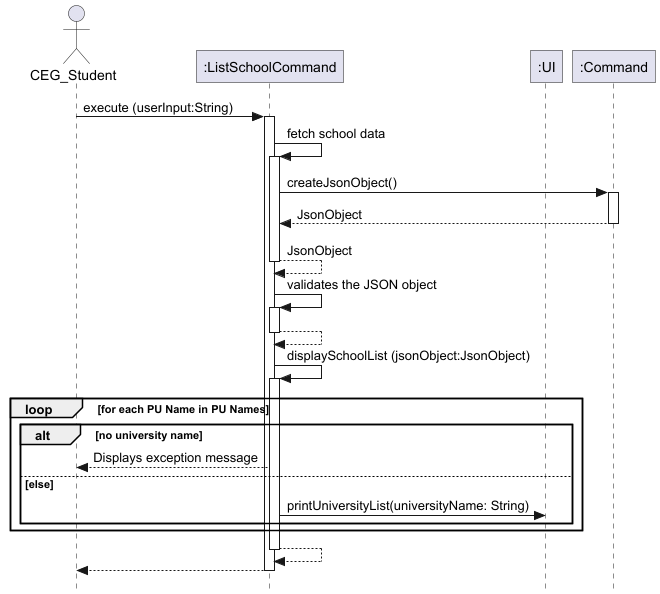
Above: docs/images/ListSchoolsCommand.png in nus-cs2113-AY2425S1/tp (PlantUML), before the change.
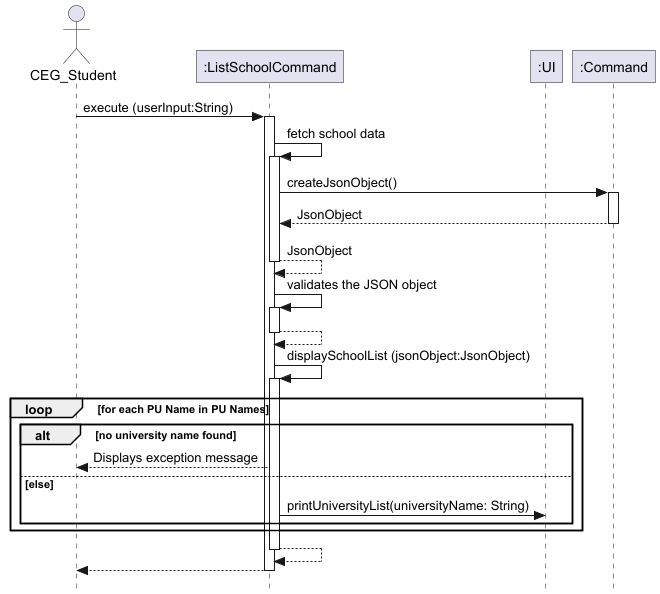
Above is the later version.

Commit message:
Add clarity to loop

The edit, as a diff of the source:
```diff
@@ -32,7 +32,7 @@
 activate ListSchoolCommand
 
 loop for each PU Name in PU Names
-    alt no university name
+    alt no university name found
         ListSchoolCommand --> CEG_Student: Displays exception message
     else else
         ListSchoolCommand -> UI: printUniversityList(universityName: String)
```
